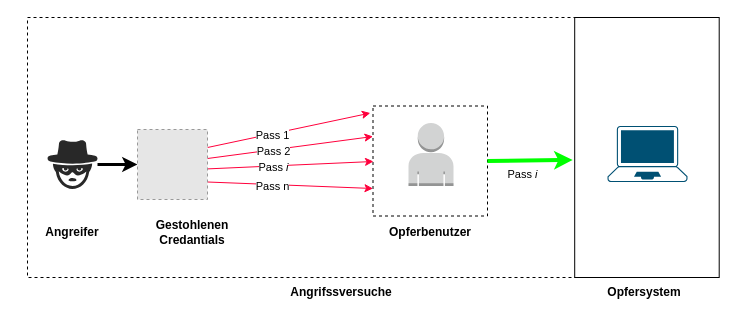
Bruno-Macedo/Praxisbericht_Bacherloarbeit keeps this draw.io diagram as Bachelorarbeit/assets/Stuffing.drawio. Above is the earlier version. Source tidied: cells renumbered, new cells numbered last; positions are measured from the earlier drawing's top-left corner, leaving out a move shared by most shapes. Both pictures are drawn from the tidied source at 100%, with x=0, y=0 at pixel (17, 17). Pictures stored in the file or linked from it are replaced by grey dashed boxes.
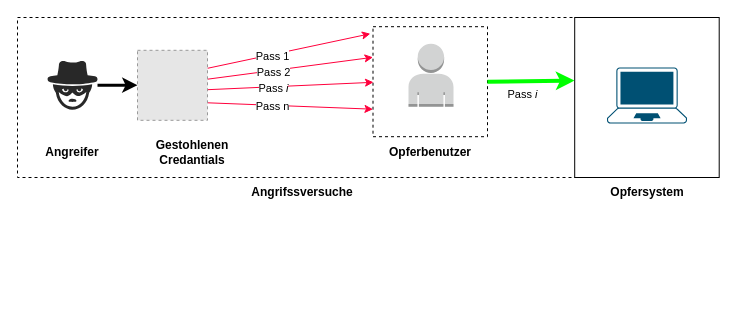
Above is the later version.

What changed in the source:
```diff
@@
     <mxCell id="2" style="rounded=0;whiteSpace=wrap;html=1;labelBackgroundColor=none;dashed=1;fillColor=none;" parent="1" vertex="1">
-      <mxGeometry x="10" width="550" height="260" as="geometry" />
+      <mxGeometry width="560" height="160" as="geometry" />
     </mxCell>
     <mxCell id="3" style="rounded=0;whiteSpace=wrap;html=1;labelBackgroundColor=none;" parent="1" vertex="1">
-      <mxGeometry x="557.2" width="144.5" height="260" as="geometry" />
+      <mxGeometry x="557.2" width="144.5" height="160" as="geometry" />
     </mxCell>
     <mxCell id="4" value="Opfersystem" style="text;html=1;strokeColor=none;fillColor=none;align=center;verticalAlign=middle;whiteSpace=wrap;rounded=0;fontStyle=1;" parent="1" vertex="1">
-      <mxGeometry x="572.2" y="260" width="110" height="30" as="geometry" />
+      <mxGeometry x="574.5" y="160" width="110" height="30" as="geometry" />
     </mxCell>
@@
     <mxCell id="6" style="verticalLabelPosition=bottom;sketch=0;html=1;fillColor=#282828;strokeColor=none;verticalAlign=top;align=center;shape=mxgraph.cisco_safe.security_icons.icon36;" parent="1" vertex="1">
-      <mxGeometry x="30" y="122.5" width="50" height="49" as="geometry" />
+      <mxGeometry x="30" y="43.2" width="50" height="49" as="geometry" />
     </mxCell>
     <mxCell id="7" value="Angreifer" style="text;html=1;strokeColor=none;fillColor=none;align=center;verticalAlign=middle;whiteSpace=wrap;rounded=0;fontStyle=1;" parent="1" vertex="1">
-      <mxGeometry y="199.5" width="110" height="30" as="geometry" />
+      <mxGeometry y="120.2" width="110" height="30" as="geometry" />
     </mxCell>
     <mxCell id="8" style="rounded=0;whiteSpace=wrap;html=1;labelBackgroundColor=none;dashed=1;" parent="1" vertex="1">
-      <mxGeometry x="355.5" y="88.5" width="114.5" height="110" as="geometry" />
+      <mxGeometry x="355.5" y="9.2" width="114.5" height="110" as="geometry" />
     </mxCell>
     <mxCell id="9" value="Opferbenutzer" style="text;html=1;strokeColor=none;fillColor=none;align=center;verticalAlign=middle;whiteSpace=wrap;rounded=0;fontStyle=1;" parent="1" vertex="1">
-      <mxGeometry x="371" y="199" width="83.5" height="31" as="geometry" />
+      <mxGeometry x="371" y="119.8" width="83.5" height="31" as="geometry" />
     </mxCell>
     <mxCell id="10" style="verticalLabelPosition=bottom;sketch=0;html=1;verticalAlign=top;align=center;shape=mxgraph.cisco19.laptop;fillColor=#005073;strokeColor=none;" parent="1" vertex="1">
-      <mxGeometry x="590" y="108.5" width="80" height="56" as="geometry" />
+      <mxGeometry x="589.5" y="50" width="80" height="56" as="geometry" />
     </mxCell>
     <mxCell id="11" style="endArrow=classic;html=1;rounded=0;strokeColor=#FF003C;entryX=-0.023;entryY=0.064;entryDx=0;entryDy=0;entryPerimeter=0;" parent="1" edge="1" target="8">
       <mxGeometry relative="1" as="geometry">
-        <mxPoint x="190" y="130" as="sourcePoint" />
+        <mxPoint x="190" y="50.8" as="sourcePoint" />
       </mxGeometry>
     </mxCell>
@@
     <mxCell id="13" style="endArrow=classic;html=1;rounded=0;strokeColor=#FF003C;entryX=0.004;entryY=0.45;entryDx=0;entryDy=0;entryPerimeter=0;" parent="1" edge="1">
       <mxGeometry relative="1" as="geometry">
-        <mxPoint x="190" y="151.4" as="sourcePoint" />
-        <mxPoint x="356" y="144" as="targetPoint" />
+        <mxPoint x="190" y="72.2" as="sourcePoint" />
+        <mxPoint x="356" y="64.8" as="targetPoint" />
       </mxGeometry>
     </mxCell>
@@
     <mxCell id="17" style="dashed=0;verticalLabelPosition=bottom;verticalAlign=top;align=center;html=1;shape=mxgraph.aws3.user;fillColor=#D2D3D3;gradientColor=none;strokeColor=#00FF00;" parent="1" vertex="1">
-      <mxGeometry x="391" y="105.5" width="45" height="63" as="geometry" />
+      <mxGeometry x="391" y="26.2" width="45" height="63" as="geometry" />
     </mxCell>
-    <mxCell id="18" style="endArrow=classic;html=1;rounded=0;strokeColor=#00FF00;exitX=1;exitY=0.5;exitDx=0;exitDy=0;entryX=-0.014;entryY=0.548;entryDx=0;entryDy=0;entryPerimeter=0;strokeWidth=4;" parent="1" edge="1" source="8" target="3">
+    <mxCell id="18" style="endArrow=classic;html=1;rounded=0;strokeColor=#00FF00;exitX=1;exitY=0.5;exitDx=0;exitDy=0;strokeWidth=4;entryX=-0.002;entryY=0.394;entryDx=0;entryDy=0;entryPerimeter=0;" parent="1" edge="1" source="8" target="3">
       <mxGeometry relative="1" as="geometry" />
     </mxCell>
@@
     <mxCell id="20" value="Angrifssversuche" style="text;html=1;strokeColor=none;fillColor=none;align=center;verticalAlign=middle;whiteSpace=wrap;rounded=0;fontStyle=1;" parent="1" vertex="1">
-      <mxGeometry x="269" y="260" width="110" height="30" as="geometry" />
+      <mxGeometry x="230" y="160" width="110" height="30" as="geometry" />
     </mxCell>
     <mxCell id="21" value="Gestohlenen Credantials" style="text;html=1;strokeColor=none;fillColor=none;align=center;verticalAlign=middle;whiteSpace=wrap;rounded=0;fontStyle=1;" parent="1" vertex="1">
-      <mxGeometry x="120" y="199.5" width="110" height="30" as="geometry" />
+      <mxGeometry x="120" y="120.2" width="110" height="30" as="geometry" />
     </mxCell>
     <mxCell id="22" style="endArrow=classic;html=1;rounded=0;strokeColor=#FF003C;exitX=1;exitY=0.371;exitDx=0;exitDy=0;exitPerimeter=0;entryX=0;entryY=0.25;entryDx=0;entryDy=0;" parent="1" edge="1">
       <mxGeometry relative="1" as="geometry">
-        <mxPoint x="190" y="141" as="sourcePoint" />
-        <mxPoint x="355.5" y="119" as="targetPoint" />
+        <mxPoint x="190" y="61.7" as="sourcePoint" />
+        <mxPoint x="355.5" y="39.8" as="targetPoint" />
       </mxGeometry>
     </mxCell>
@@
     <mxCell id="24" style="fillColor=#E6E6E6;strokeColor=#999999;dashed=1;html=1;verticalAlign=top;verticalLabelPosition=bottom;labelBackgroundColor=#ffffff;" parent="1" vertex="1">
-      <mxGeometry x="120" y="112" width="70" height="70" as="geometry" />
+      <mxGeometry x="120" y="32.8" width="70" height="70" as="geometry" />
     </mxCell>
```
